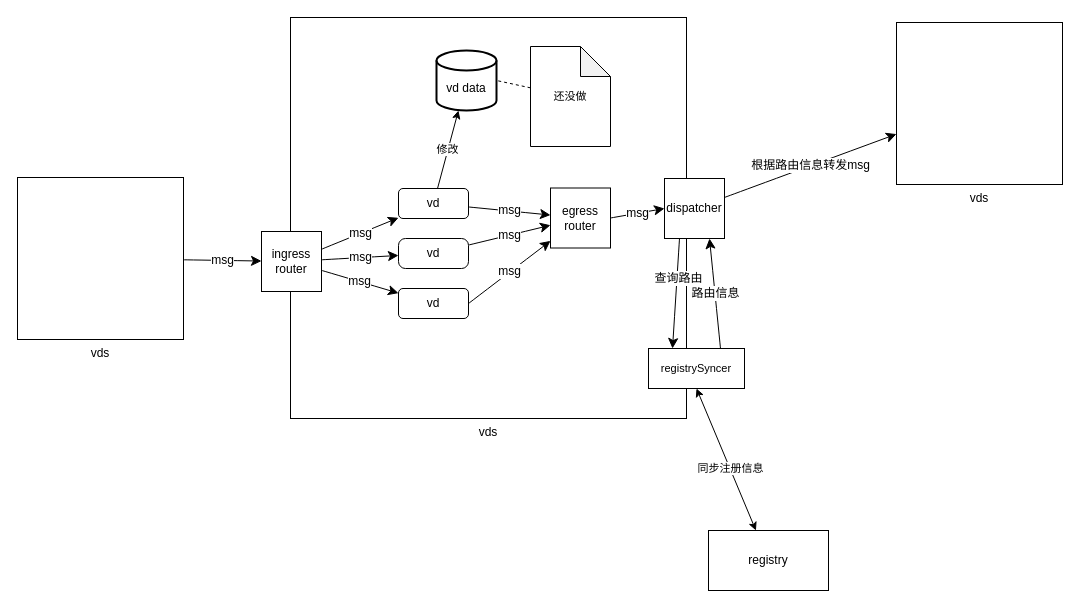
This is vds图示.drawio from AOisUsed/vds, a draw.io file, before an edit. Source tidied: cells renumbered, new cells numbered last; positions are measured from the earlier drawing's top-left corner, leaving out a move shared by most shapes. Both pictures are drawn from the tidied source at 100%, with x=0, y=0 at pixel (17, 17).
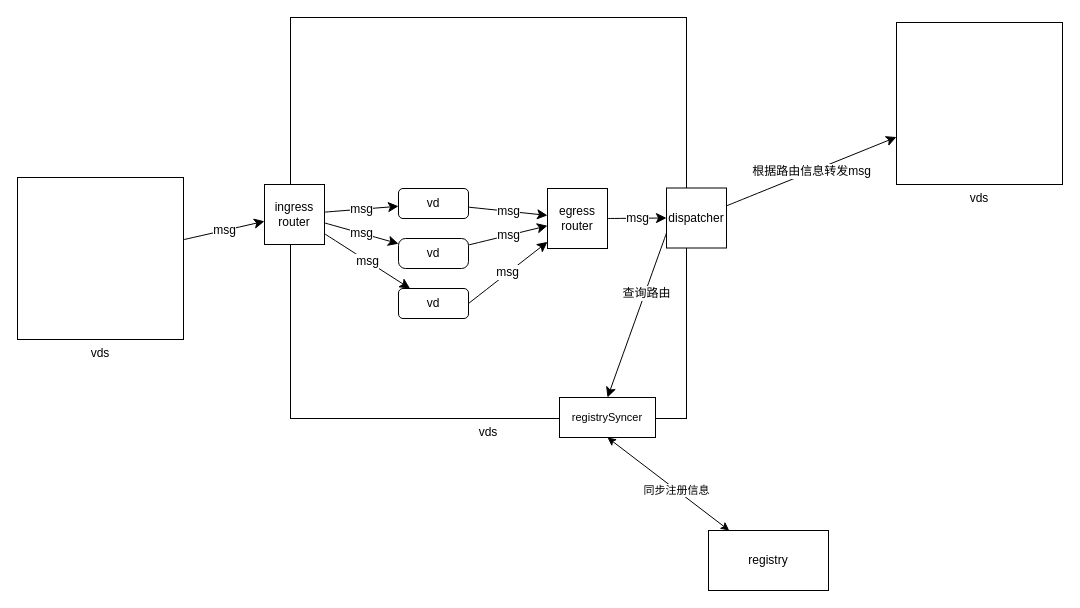
Above is the later version.

Unchanged cells that the change refers to:
```xml
<mxCell id="5" value="vd" style="rounded=1;whiteSpace=wrap;html=1;" parent="1" vertex="1">
  <mxGeometry x="381" y="171" width="70" height="30" as="geometry" />
</mxCell>
```

The edit, as a diff of the source:
```diff
@@
-    <mxCell id="4" value="修改" style="rounded=0;jettySize=auto;html=1;" parent="1" edge="1" source="5" target="24">
-      <mxGeometry relative="1" as="geometry" />
-    </mxCell>
@@
     <mxCell id="13" value="ingress&lt;div&gt;router&lt;/div&gt;" style="rounded=0;whiteSpace=wrap;html=1;" parent="1" vertex="1">
-      <mxGeometry x="244" y="214" width="60" height="60" as="geometry" />
+      <mxGeometry x="247" y="167" width="60" height="60" as="geometry" />
     </mxCell>
@@
     <mxCell id="15" value="egress&lt;div&gt;router&lt;/div&gt;" style="rounded=0;whiteSpace=wrap;html=1;" parent="1" vertex="1">
-      <mxGeometry x="533" y="170.5" width="60" height="60" as="geometry" />
+      <mxGeometry x="530" y="171" width="60" height="60" as="geometry" />
     </mxCell>
@@
-    <mxCell id="17" value="查询路由" style="edgeStyle=none;curved=1;rounded=0;jettySize=auto;html=1;fontSize=12;startSize=8;endSize=8;entryX=0.25;entryY=0;entryDx=0;entryDy=0;exitX=0.25;exitY=1;exitDx=0;exitDy=0;" parent="1" edge="1" source="19" target="27">
+    <mxCell id="17" value="查询路由" style="edgeStyle=none;curved=1;rounded=0;jettySize=auto;html=1;fontSize=12;startSize=8;endSize=8;entryX=0.5;entryY=0;entryDx=0;entryDy=0;exitX=0;exitY=0.75;exitDx=0;exitDy=0;" parent="1" edge="1" source="19" target="27">
       <mxGeometry x="-0.27" y="2" relative="1" as="geometry" />
     </mxCell>
@@
     <mxCell id="19" value="dispatcher" style="rounded=0;whiteSpace=wrap;html=1;" parent="1" vertex="1">
-      <mxGeometry x="647" y="161" width="60" height="60" as="geometry" />
+      <mxGeometry x="649" y="170.5" width="60" height="60" as="geometry" />
     </mxCell>
@@
-    <mxCell id="21" value="路由信息" style="edgeStyle=none;curved=1;rounded=0;jettySize=auto;html=1;fontSize=12;startSize=8;endSize=8;exitX=0.75;exitY=0;exitDx=0;exitDy=0;entryX=0.75;entryY=1;entryDx=0;entryDy=0;" parent="1" edge="1" source="27" target="19">
-      <mxGeometry relative="1" as="geometry" />
-    </mxCell>
@@
-    <mxCell id="24" value="&lt;div style=&quot;text-align: justify;&quot;&gt;&lt;span style=&quot;background-color: initial;&quot;&gt;&lt;br&gt;&lt;/span&gt;&lt;/div&gt;&lt;div style=&quot;text-align: justify;&quot;&gt;&lt;span style=&quot;background-color: initial;&quot;&gt;vd data&lt;/span&gt;&lt;/div&gt;" style="strokeWidth=2;html=1;shape=mxgraph.flowchart.database;whiteSpace=wrap;align=center;" parent="1" vertex="1">
-      <mxGeometry x="419" y="33" width="60" height="60" as="geometry" />
-    </mxCell>
@@
     <mxCell id="27" value="registrySyncer" style="rounded=0;whiteSpace=wrap;html=1;fontFamily=Helvetica;fontSize=11;fontColor=default;" parent="1" vertex="1">
-      <mxGeometry x="631" y="331" width="96" height="40" as="geometry" />
+      <mxGeometry x="542" y="380" width="96" height="40" as="geometry" />
     </mxCell>
-    <mxCell id="28" value="还没做" style="shape=note;whiteSpace=wrap;html=1;backgroundOutline=1;darkOpacity=0.05;fontFamily=Helvetica;fontSize=11;fontColor=default;" parent="1" vertex="1">
-      <mxGeometry x="513" y="29" width="80" height="100" as="geometry" />
-    </mxCell>
-    <mxCell id="29" style="edgeStyle=none;shape=connector;rounded=0;jettySize=auto;html=1;entryX=1;entryY=0.5;entryDx=0;entryDy=0;entryPerimeter=0;labelBackgroundColor=default;strokeColor=default;align=center;verticalAlign=middle;fontFamily=Helvetica;fontSize=11;fontColor=default;endArrow=none;endFill=0;dashed=1;" parent="1" edge="1" source="28" target="24">
-      <mxGeometry relative="1" as="geometry" />
-    </mxCell>
```
